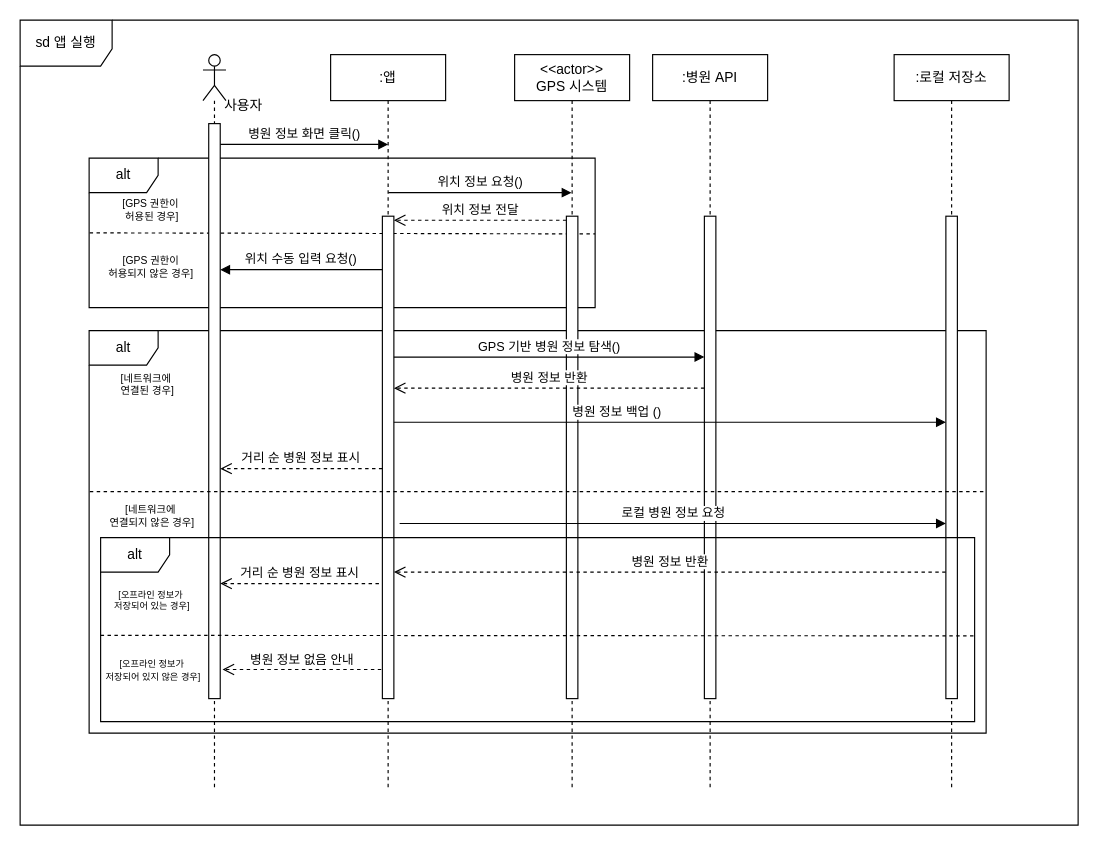
This is page "페이지-4" (4 of 8) of sd.drawio from wnthsk/sejujun, a draw.io file, before an edit. Source tidied: cells renumbered, new cells numbered last; positions are measured from the earlier drawing's top-left corner, leaving out a move shared by most shapes. Both pictures are drawn from the tidied source at 115%, with x=0, y=0 at pixel (20, 20).
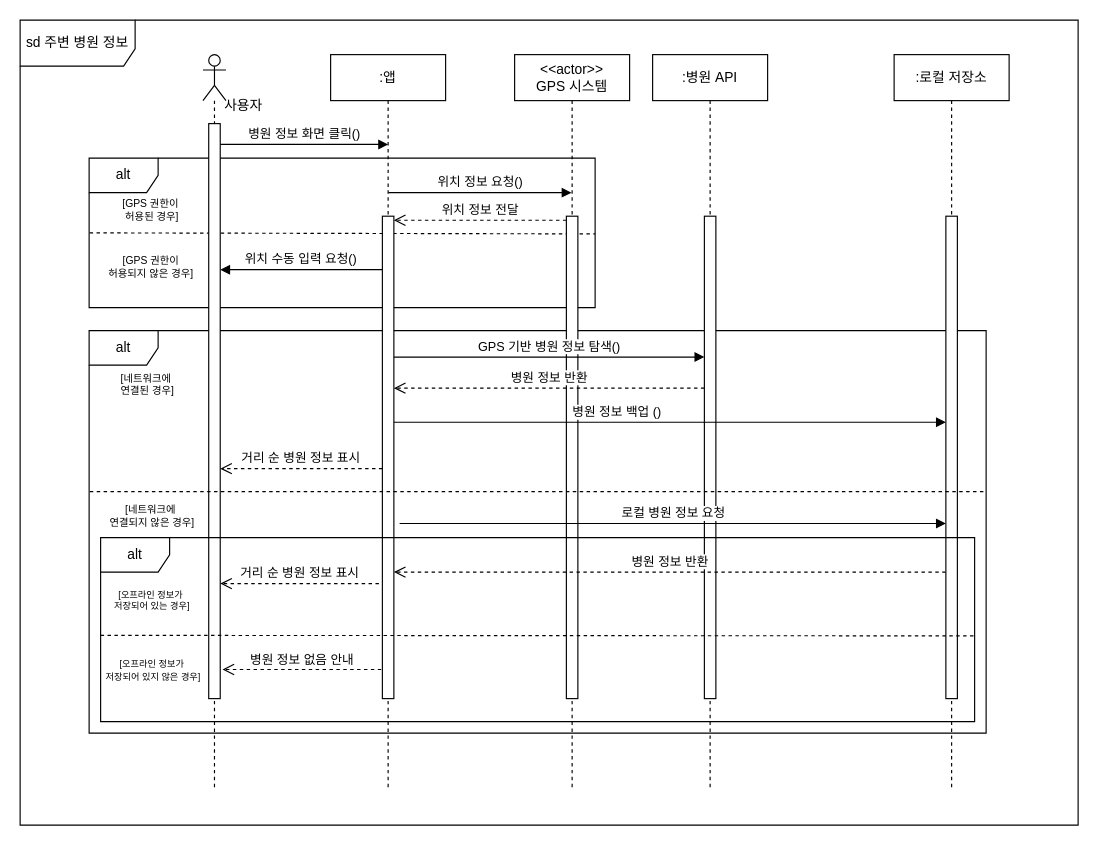
Above is the later version.

The edit, as a diff of the source:
```diff
@@
-    <mxCell id="3" value="sd 앱 실행" style="shape=umlFrame;whiteSpace=wrap;html=1;width=80;height=40;" parent="1" vertex="1">
+    <mxCell id="3" value="sd 주변 병원 정보" style="shape=umlFrame;whiteSpace=wrap;html=1;width=100;height=40;" parent="1" vertex="1">
       <mxGeometry width="920" height="700" as="geometry" />
     </mxCell>
```
